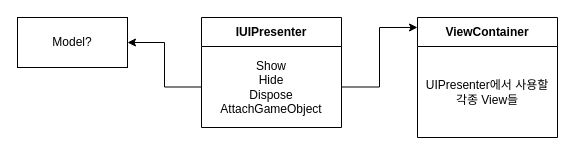
ClapJeong/LRGame keeps this draw.io diagram as page "IUIPresenter" (5 of 8) of Diagram.drawio. Above is the earlier version. Source tidied: cells renumbered, new cells numbered last; positions are measured from the earlier drawing's top-left corner, leaving out a move shared by most shapes. Both pictures are drawn from the tidied source at 100%, with x=0, y=0 at pixel (17, 17).
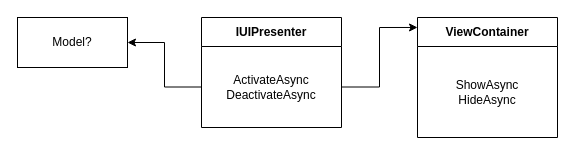
The same diagram, later.

What changed in the source:
```diff
@@
 <mxGraphModel>
   <root>
     <mxCell id="0" />
     <mxCell id="1" parent="0" />
     <mxCell id="2" value="IUIPresenter" style="swimlane;fontStyle=1;align=center;verticalAlign=middle;horizontal=1;startSize=29;html=1;whiteSpace=wrap;" parent="1" vertex="1">
       <mxGeometry x="184" width="140" height="110" as="geometry" />
     </mxCell>
-    <mxCell id="3" value="Show&lt;div&gt;Hide&lt;/div&gt;&lt;div&gt;Dispose&lt;/div&gt;&lt;div&gt;AttachGameObject&lt;/div&gt;" style="text;html=1;strokeColor=none;fillColor=none;align=center;verticalAlign=middle;spacingLeft=4;spacingRight=4;overflow=hidden;points=[[0,0.5],[1,0.5]];portConstraint=eastwest;whiteSpace=wrap;" parent="2" vertex="1">
+    <mxCell id="3" value="ActivateAsync&lt;div&gt;DeactivateAsync&lt;/div&gt;" style="text;html=1;strokeColor=none;fillColor=none;align=center;verticalAlign=middle;spacingLeft=4;spacingRight=4;overflow=hidden;points=[[0,0.5],[1,0.5]];portConstraint=eastwest;whiteSpace=wrap;" parent="2" vertex="1">
       <mxGeometry y="29" width="140" height="81" as="geometry" />
     </mxCell>
     <mxCell id="4" value="Model?" style="html=1;whiteSpace=wrap;" parent="1" vertex="1">
       <mxGeometry width="110" height="50" as="geometry" />
     </mxCell>
     <mxCell id="5" style="edgeStyle=orthogonalEdgeStyle;rounded=0;jettySize=auto;html=1;exitX=0;exitY=0.5;exitDx=0;exitDy=0;entryX=1;entryY=0.5;entryDx=0;entryDy=0;" parent="1" edge="1" source="3" target="4">
       <mxGeometry relative="1" as="geometry" />
     </mxCell>
     <mxCell id="6" value="ViewContainer" style="swimlane;fontStyle=1;align=center;verticalAlign=middle;horizontal=1;startSize=29;html=1;whiteSpace=wrap;" parent="1" vertex="1">
       <mxGeometry x="400" width="140" height="120" as="geometry" />
     </mxCell>
-    <mxCell id="7" value="UIPresenter에서 사용할 각종 View들" style="text;html=1;strokeColor=none;fillColor=none;align=center;verticalAlign=middle;spacingLeft=4;spacingRight=4;overflow=hidden;whiteSpace=wrap;" parent="6" vertex="1">
+    <mxCell id="7" value="ShowAsync&lt;div&gt;HideAsync&lt;/div&gt;" style="text;html=1;strokeColor=none;fillColor=none;align=center;verticalAlign=middle;spacingLeft=4;spacingRight=4;overflow=hidden;whiteSpace=wrap;" parent="6" vertex="1">
       <mxGeometry y="29" width="140" height="91" as="geometry" />
     </mxCell>
     <mxCell id="8" style="edgeStyle=orthogonalEdgeStyle;rounded=0;jettySize=auto;html=1;exitX=1;exitY=0.5;exitDx=0;exitDy=0;entryX=0;entryY=0.083;entryDx=0;entryDy=0;entryPerimeter=0;" parent="1" edge="1" source="3" target="6">
       <mxGeometry relative="1" as="geometry" />
     </mxCell>
   </root>
 </mxGraphModel>
```
